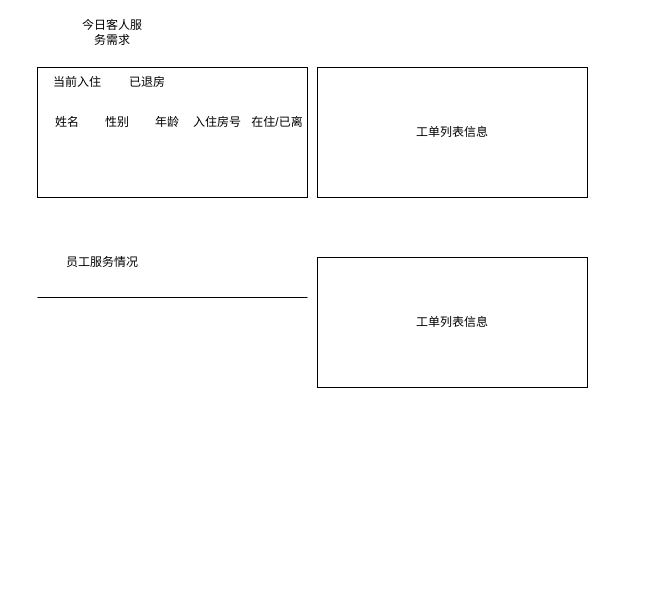
This is xzzh/服务管家今日数据大屏补全数据.drawio from daniel-7d/draw, a draw.io file, before an edit. Source tidied: cells renumbered, new cells numbered last; positions are measured from the earlier drawing's top-left corner, leaving out a move shared by most shapes. Both pictures are drawn from the tidied source at 100%, with x=0, y=0 at pixel (37, 17).
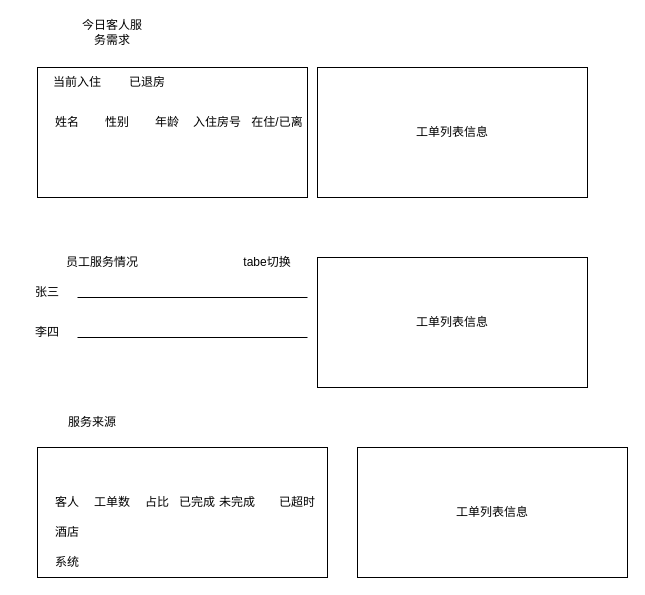
After the change.

Commit message (it also covers changes not shown here):
更新服务管家今日数据大屏补全数据.drawio

Change to the diagram source:
```diff
@@
     <mxCell id="12" style="endArrow=none;html=1;rounded=0;" parent="1" edge="1">
       <mxGeometry relative="1" as="geometry">
-        <mxPoint y="280" as="sourcePoint" />
+        <mxPoint x="40" y="280" as="sourcePoint" />
         <mxPoint x="270" y="280" as="targetPoint" />
       </mxGeometry>
     </mxCell>
@@
+    <mxCell id="15" value="张三" style="text;html=1;align=center;verticalAlign=middle;whiteSpace=wrap;rounded=0;" parent="1" vertex="1">
+      <mxGeometry x="-20" y="260" width="60" height="30" as="geometry" />
+    </mxCell>
+    <mxCell id="16" value="李四" style="text;html=1;align=center;verticalAlign=middle;whiteSpace=wrap;rounded=0;" parent="1" vertex="1">
+      <mxGeometry x="-20" y="300" width="60" height="30" as="geometry" />
+    </mxCell>
+    <mxCell id="17" style="endArrow=none;html=1;rounded=0;" parent="1" edge="1">
+      <mxGeometry relative="1" as="geometry">
+        <mxPoint x="40" y="320" as="sourcePoint" />
+        <mxPoint x="270" y="320" as="targetPoint" />
+      </mxGeometry>
+    </mxCell>
+    <mxCell id="18" value="tabe切换" style="text;html=1;align=center;verticalAlign=middle;whiteSpace=wrap;rounded=0;" parent="1" vertex="1">
+      <mxGeometry x="200" y="230" width="60" height="30" as="geometry" />
+    </mxCell>
+    <mxCell id="19" style="rounded=0;whiteSpace=wrap;html=1;" parent="1" vertex="1">
+      <mxGeometry y="430" width="290" height="130" as="geometry" />
+    </mxCell>
+    <mxCell id="20" value="服务来源" style="text;html=1;align=center;verticalAlign=middle;whiteSpace=wrap;rounded=0;" parent="1" vertex="1">
+      <mxGeometry x="20" y="390" width="70" height="30" as="geometry" />
+    </mxCell>
+    <mxCell id="21" value="客人" style="text;html=1;align=center;verticalAlign=middle;whiteSpace=wrap;rounded=0;" parent="1" vertex="1">
+      <mxGeometry y="470" width="60" height="30" as="geometry" />
+    </mxCell>
+    <mxCell id="22" value="工单数" style="text;html=1;align=center;verticalAlign=middle;whiteSpace=wrap;rounded=0;" parent="1" vertex="1">
+      <mxGeometry x="45" y="470" width="60" height="30" as="geometry" />
+    </mxCell>
+    <mxCell id="23" value="已超时" style="text;html=1;align=center;verticalAlign=middle;whiteSpace=wrap;rounded=0;" parent="1" vertex="1">
+      <mxGeometry x="230" y="470" width="60" height="30" as="geometry" />
+    </mxCell>
+    <mxCell id="24" value="已完成" style="text;html=1;align=center;verticalAlign=middle;whiteSpace=wrap;rounded=0;" parent="1" vertex="1">
+      <mxGeometry x="130" y="470" width="60" height="30" as="geometry" />
+    </mxCell>
+    <mxCell id="25" value="工单列表信息" style="rounded=0;whiteSpace=wrap;html=1;" parent="1" vertex="1">
+      <mxGeometry x="320" y="430" width="270" height="130" as="geometry" />
+    </mxCell>
+    <mxCell id="26" value="未完成" style="text;html=1;align=center;verticalAlign=middle;whiteSpace=wrap;rounded=0;" parent="1" vertex="1">
+      <mxGeometry x="170" y="470" width="60" height="30" as="geometry" />
+    </mxCell>
+    <mxCell id="27" value="酒店" style="text;html=1;align=center;verticalAlign=middle;whiteSpace=wrap;rounded=0;" parent="1" vertex="1">
+      <mxGeometry y="500" width="60" height="30" as="geometry" />
+    </mxCell>
+    <mxCell id="28" value="系统" style="text;html=1;align=center;verticalAlign=middle;whiteSpace=wrap;rounded=0;" parent="1" vertex="1">
+      <mxGeometry y="530" width="60" height="30" as="geometry" />
+    </mxCell>
+    <mxCell id="29" value="占比" style="text;html=1;align=center;verticalAlign=middle;whiteSpace=wrap;rounded=0;" parent="1" vertex="1">
+      <mxGeometry x="90" y="470" width="60" height="30" as="geometry" />
+    </mxCell>
```
